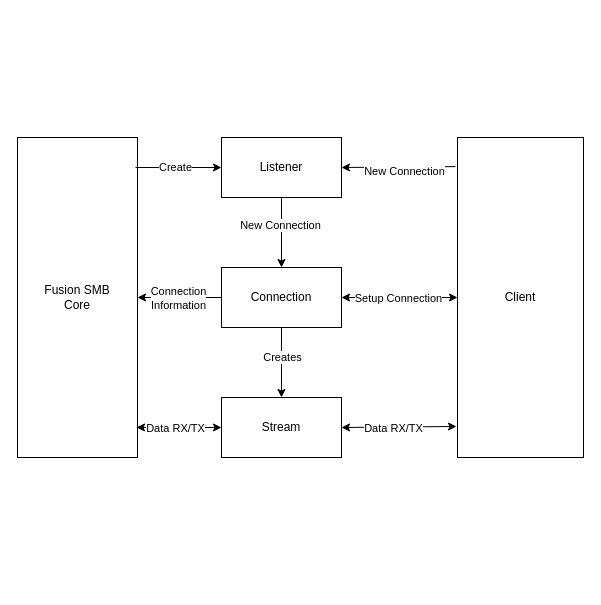
davidenberg/quic_thesis keeps this draw.io diagram as images/MsQuic_integration.drawio. Above is the earlier version. Source tidied: cells renumbered, new cells numbered last; positions are measured from the earlier drawing's top-left corner, leaving out a move shared by most shapes. Both pictures are drawn from the tidied source at 100%, with x=0, y=0 at pixel (17, 137).
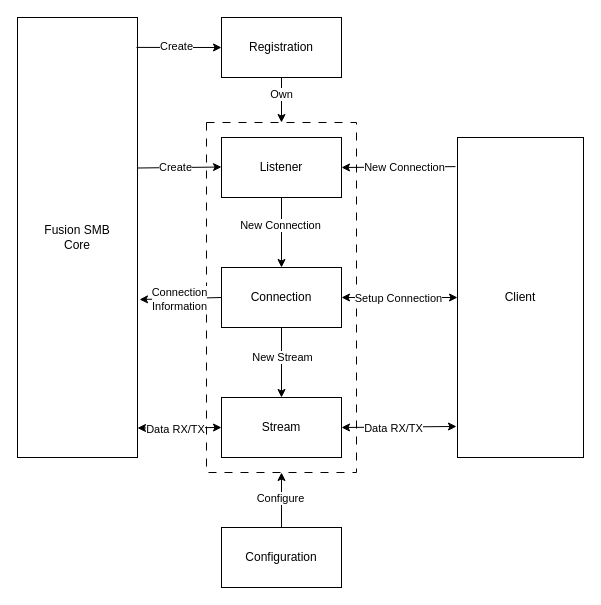
The same diagram, later.

The change refers to these unchanged cells:
```xml
<mxCell id="2" value="Listener" style="rounded=0;whiteSpace=wrap;html=1;" parent="1" vertex="1">
  <mxGeometry x="204" width="120" height="60" as="geometry" />
</mxCell>
<mxCell id="3" value="Connection" style="rounded=0;whiteSpace=wrap;html=1;" parent="1" vertex="1">
  <mxGeometry x="204" y="130" width="120" height="60" as="geometry" />
</mxCell>
<mxCell id="6" style="endArrow=classic;html=1;rounded=0;exitX=-0.016;exitY=0.091;exitDx=0;exitDy=0;exitPerimeter=0;entryX=1;entryY=0.5;entryDx=0;entryDy=0;" parent="1" edge="1" source="5" target="2">
  <mxGeometry relative="1" as="geometry" />
</mxCell>
<mxCell id="21" style="endArrow=classic;html=1;rounded=0;exitX=0.5;exitY=1;exitDx=0;exitDy=0;entryX=0.5;entryY=0;entryDx=0;entryDy=0;" parent="1" edge="1" source="3" target="4">
  <mxGeometry relative="1" as="geometry" />
</mxCell>
```

What changed in the source:
```diff
@@
+    <mxCell id="23" style="rounded=0;whiteSpace=wrap;html=1;dashed=1;dashPattern=8 8;" parent="1" vertex="1">
+      <mxGeometry x="189" y="-15" width="150" height="350" as="geometry" />
+    </mxCell>
@@
+    <mxCell id="4" value="Stream" style="rounded=0;whiteSpace=wrap;html=1;" parent="1" vertex="1">
+      <mxGeometry x="204" y="260" width="120" height="60" as="geometry" />
+    </mxCell>
@@
-    <mxCell id="4" value="Stream" style="rounded=0;whiteSpace=wrap;html=1;" parent="1" vertex="1">
-      <mxGeometry x="204" y="260" width="120" height="60" as="geometry" />
-    </mxCell>
@@
     <mxCell id="7" value="New Connection" style="edgeLabel;html=1;align=center;verticalAlign=middle;" parent="6" vertex="1">
-      <mxGeometry x="-0.09" y="4" relative="1" as="geometry" />
+      <mxGeometry x="-0.09" y="4" relative="1" as="geometry">
+        <mxPoint y="-4" as="offset" />
+      </mxGeometry>
     </mxCell>
@@
     <mxCell id="12" value="&lt;div&gt;Fusion SMB&lt;/div&gt;&lt;div&gt;Core&lt;/div&gt;" style="rounded=0;whiteSpace=wrap;html=1;" parent="1" vertex="1">
-      <mxGeometry width="120" height="320" as="geometry" />
+      <mxGeometry y="-120" width="120" height="440" as="geometry" />
     </mxCell>
-    <mxCell id="13" style="endArrow=classic;html=1;rounded=0;entryX=0;entryY=0.5;entryDx=0;entryDy=0;" parent="1" edge="1" target="2">
+    <mxCell id="13" style="endArrow=classic;html=1;rounded=0;entryX=0;entryY=0.5;entryDx=0;entryDy=0;exitX=1;exitY=0.312;exitDx=0;exitDy=0;exitPerimeter=0;" parent="1" edge="1">
       <mxGeometry relative="1" as="geometry">
-        <mxPoint x="118" y="30" as="sourcePoint" />
+        <mxPoint x="120" y="30.5" as="sourcePoint" />
+        <mxPoint x="204" y="29.5" as="targetPoint" />
       </mxGeometry>
     </mxCell>
@@
-    <mxCell id="15" style="endArrow=classic;html=1;rounded=0;exitX=0;exitY=0.5;exitDx=0;exitDy=0;entryX=1;entryY=0.5;entryDx=0;entryDy=0;" parent="1" edge="1" source="3" target="12">
+    <mxCell id="15" style="endArrow=classic;html=1;rounded=0;exitX=0;exitY=0.5;exitDx=0;exitDy=0;entryX=1.017;entryY=0.641;entryDx=0;entryDy=0;entryPerimeter=0;" parent="1" edge="1" source="3" target="12">
       <mxGeometry relative="1" as="geometry" />
     </mxCell>
@@
-    <mxCell id="19" style="endArrow=classic;startArrow=classic;html=1;rounded=0;entryX=0;entryY=0.5;entryDx=0;entryDy=0;exitX=0.992;exitY=0.906;exitDx=0;exitDy=0;exitPerimeter=0;" parent="1" edge="1" source="12" target="4">
+    <mxCell id="19" style="endArrow=classic;startArrow=classic;html=1;rounded=0;entryX=0;entryY=0.5;entryDx=0;entryDy=0;exitX=1;exitY=0.933;exitDx=0;exitDy=0;exitPerimeter=0;" parent="1" edge="1" source="12" target="4">
       <mxGeometry relative="1" as="geometry" />
     </mxCell>
@@
-    <mxCell id="22" value="Creates" style="edgeLabel;html=1;align=center;verticalAlign=middle;" parent="21" vertex="1">
+    <mxCell id="22" value="New Stream" style="edgeLabel;html=1;align=center;verticalAlign=middle;" parent="21" vertex="1">
       <mxGeometry x="-0.17" relative="1" as="geometry" />
     </mxCell>
+    <mxCell id="24" value="Registration" style="rounded=0;whiteSpace=wrap;html=1;" parent="1" vertex="1">
+      <mxGeometry x="204" y="-120" width="120" height="60" as="geometry" />
+    </mxCell>
+    <mxCell id="25" style="endArrow=classic;html=1;rounded=0;entryX=0;entryY=0.5;entryDx=0;entryDy=0;exitX=0.992;exitY=0.068;exitDx=0;exitDy=0;exitPerimeter=0;" parent="1" edge="1" source="12" target="24">
+      <mxGeometry relative="1" as="geometry" />
+    </mxCell>
+    <mxCell id="26" value="Create" style="edgeLabel;html=1;align=center;verticalAlign=middle;" parent="25" vertex="1">
+      <mxGeometry x="-0.09" y="1" relative="1" as="geometry" />
+    </mxCell>
+    <mxCell id="27" style="endArrow=classic;html=1;rounded=0;exitX=0.5;exitY=1;exitDx=0;exitDy=0;entryX=0.5;entryY=0;entryDx=0;entryDy=0;" parent="1" edge="1" source="24" target="23">
+      <mxGeometry relative="1" as="geometry" />
+    </mxCell>
+    <mxCell id="28" value="Own" style="edgeLabel;html=1;align=center;verticalAlign=middle;" parent="27" vertex="1">
+      <mxGeometry x="-0.27" y="-1" relative="1" as="geometry" />
+    </mxCell>
+    <mxCell id="29" value="&lt;div&gt;Configuration&lt;/div&gt;" style="rounded=0;whiteSpace=wrap;html=1;" parent="1" vertex="1">
+      <mxGeometry x="204" y="390" width="120" height="60" as="geometry" />
+    </mxCell>
+    <mxCell id="30" style="endArrow=classic;html=1;rounded=0;exitX=0.5;exitY=0;exitDx=0;exitDy=0;entryX=0.5;entryY=1;entryDx=0;entryDy=0;" parent="1" edge="1" source="29" target="23">
+      <mxGeometry relative="1" as="geometry" />
+    </mxCell>
+    <mxCell id="31" value="Configure" style="edgeLabel;html=1;align=center;verticalAlign=middle;" parent="30" vertex="1">
+      <mxGeometry x="0.09" y="2" relative="1" as="geometry" />
+    </mxCell>
```
